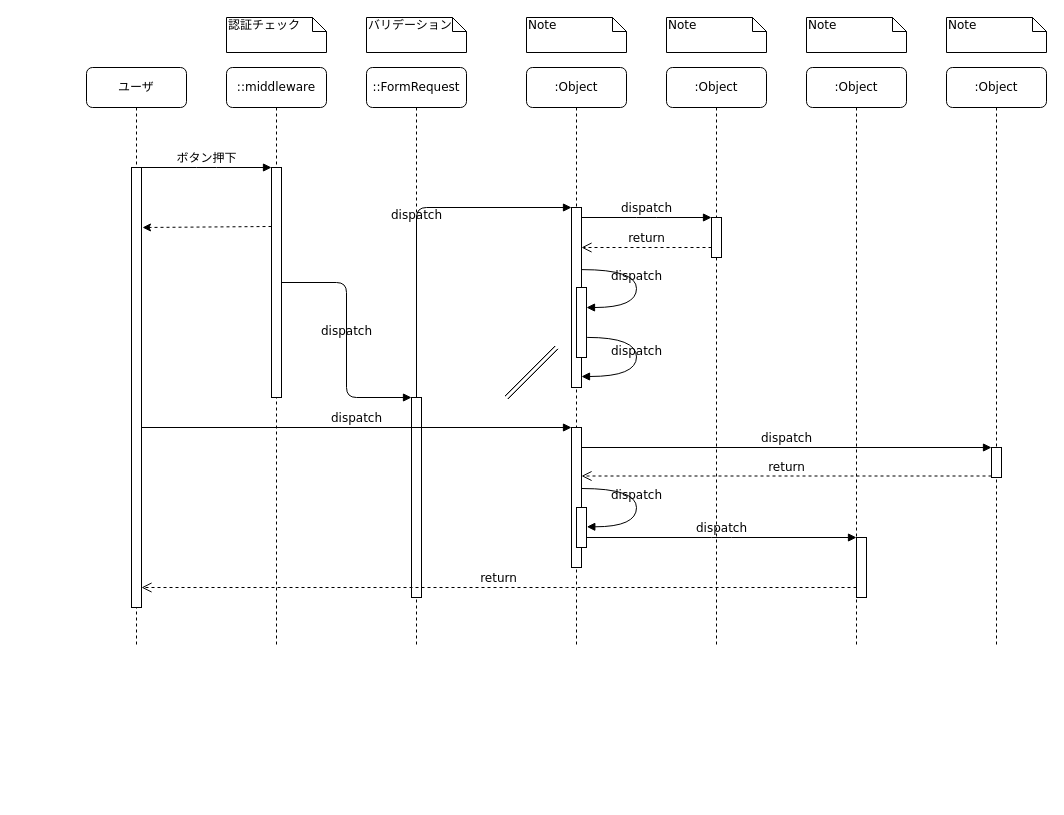
This is Untitled Diagram.drawio from ryota-kawachi/ryota-kawachi.github.io, a draw.io file, before an edit. Source tidied: cells renumbered, new cells numbered last; positions are measured from the earlier drawing's top-left corner, leaving out a move shared by most shapes. Both pictures are drawn from the tidied source at 100%, with x=0, y=0 at pixel (86, 17).
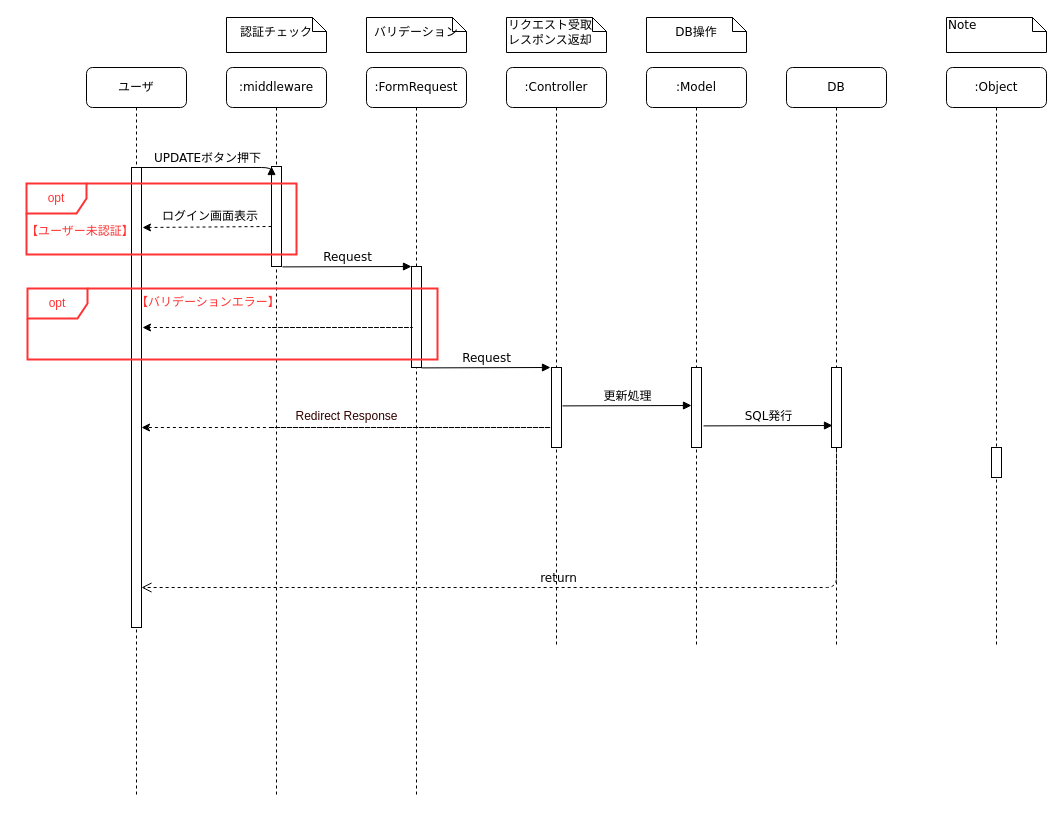
After the change.

Commit message (it also covers changes not shown here):
Untitled Diagram.drawio を更新します

The change refers to these unchanged cells:
```xml
<mxCell id="20" style="html=1;points=[];perimeter=orthogonalPerimeter;rounded=0;shadow=0;comic=0;labelBackgroundColor=none;strokeColor=#000000;strokeWidth=1;fillColor=#FFFFFF;fontFamily=Verdana;fontSize=12;fontColor=#000000;align=center;" parent="1" vertex="1">
  <mxGeometry x="905" y="430" width="10" height="30" as="geometry" />
</mxCell>
```

Diff of the diagram source:
```diff
@@
+    <mxCell id="10" value="ユーザ" style="shape=umlLifeline;perimeter=lifelinePerimeter;whiteSpace=wrap;html=1;rounded=1;shadow=0;comic=0;labelBackgroundColor=none;strokeWidth=1;fontFamily=Verdana;fontSize=12;align=center;" parent="1" vertex="1">
+      <mxGeometry y="50" width="100" height="730" as="geometry" />
+    </mxCell>
+    <mxCell id="12" style="endArrow=classic;html=1;rounded=0;dashed=1;exitX=0;exitY=0.252;exitDx=0;exitDy=0;exitPerimeter=0;" parent="10" edge="1">
+      <mxGeometry relative="1" as="geometry">
+        <mxPoint x="185" y="159" as="sourcePoint" />
+        <mxPoint x="56" y="160" as="targetPoint" />
+      </mxGeometry>
+    </mxCell>
+    <mxCell id="11" style="html=1;points=[];perimeter=orthogonalPerimeter;rounded=0;shadow=0;comic=0;labelBackgroundColor=none;strokeWidth=1;fontFamily=Verdana;fontSize=12;align=center;" parent="1" vertex="1">
+      <mxGeometry x="45" y="150" width="10" height="460" as="geometry" />
+    </mxCell>
-    <mxCell id="2" value="::middleware" style="shape=umlLifeline;perimeter=lifelinePerimeter;whiteSpace=wrap;html=1;rounded=1;shadow=0;comic=0;labelBackgroundColor=none;strokeWidth=1;fontFamily=Verdana;fontSize=12;align=center;" parent="1" vertex="1">
-      <mxGeometry x="140" y="50" width="100" height="580" as="geometry" />
+    <mxCell id="2" value=":middleware" style="shape=umlLifeline;perimeter=lifelinePerimeter;whiteSpace=wrap;html=1;rounded=1;shadow=0;comic=0;labelBackgroundColor=none;strokeWidth=1;fontFamily=Verdana;fontSize=12;align=center;" parent="1" vertex="1">
+      <mxGeometry x="140" y="50" width="100" height="730" as="geometry" />
     </mxCell>
     <mxCell id="3" style="html=1;points=[];perimeter=orthogonalPerimeter;rounded=0;shadow=0;comic=0;labelBackgroundColor=none;strokeWidth=1;fontFamily=Verdana;fontSize=12;align=center;" parent="2" vertex="1">
-      <mxGeometry x="45" y="100" width="10" height="230" as="geometry" />
+      <mxGeometry x="45" y="99" width="10" height="100" as="geometry" />
     </mxCell>
+    <mxCell id="41" style="group;" parent="2" vertex="1">
+      <mxGeometry x="-200" y="116" width="270" height="71" as="geometry" />
+    </mxCell>
+    <mxCell id="42" value="&lt;font color=&quot;#ff3333&quot;&gt;opt&lt;/font&gt;" style="shape=umlFrame;whiteSpace=wrap;html=1;strokeColor=#FF3333;strokeWidth=2;" parent="41" vertex="1">
+      <mxGeometry width="270" height="71" as="geometry" />
+    </mxCell>
+    <mxCell id="43" value="【ユーザー未認証】" style="text;html=1;strokeColor=none;fillColor=none;align=center;verticalAlign=middle;whiteSpace=wrap;rounded=0;fontColor=#FF3333;" parent="41" vertex="1">
+      <mxGeometry x="-5" y="33" width="118" height="30" as="geometry" />
+    </mxCell>
+    <mxCell id="44" style="endArrow=classic;html=1;rounded=0;dashed=1;fontColor=#FF3333;" parent="2" edge="1">
+      <mxGeometry relative="1" as="geometry">
+        <mxPoint x="44.6" y="360" as="sourcePoint" />
+        <mxPoint x="-85" y="360" as="targetPoint" />
+        <Array as="points">
+          <mxPoint x="330" y="360" />
+        </Array>
+      </mxGeometry>
+    </mxCell>
-    <mxCell id="4" value="::FormRequest" style="shape=umlLifeline;perimeter=lifelinePerimeter;whiteSpace=wrap;html=1;rounded=1;shadow=0;comic=0;labelBackgroundColor=none;strokeWidth=1;fontFamily=Verdana;fontSize=12;align=center;" parent="1" vertex="1">
-      <mxGeometry x="280" y="50" width="100" height="580" as="geometry" />
+    <mxCell id="4" value=":FormRequest" style="shape=umlLifeline;perimeter=lifelinePerimeter;whiteSpace=wrap;html=1;rounded=1;shadow=0;comic=0;labelBackgroundColor=none;strokeWidth=1;fontFamily=Verdana;fontSize=12;align=center;" parent="1" vertex="1">
+      <mxGeometry x="280" y="50" width="100" height="730" as="geometry" />
     </mxCell>
     <mxCell id="5" style="html=1;points=[];perimeter=orthogonalPerimeter;rounded=0;shadow=0;comic=0;labelBackgroundColor=none;strokeWidth=1;fontFamily=Verdana;fontSize=12;align=center;" parent="4" vertex="1">
-      <mxGeometry x="45" y="330" width="10" height="200" as="geometry" />
+      <mxGeometry x="45" y="199" width="10" height="101" as="geometry" />
     </mxCell>
+    <mxCell id="45" value="Request" style="html=1;verticalAlign=bottom;endArrow=block;labelBackgroundColor=none;fontFamily=Verdana;fontSize=12;edgeStyle=elbowEdgeStyle;elbow=vertical;" parent="4" edge="1">
+      <mxGeometry relative="1" as="geometry">
+        <mxPoint x="-84" y="199.4" as="sourcePoint" />
+        <mxPoint x="45" y="199" as="targetPoint" />
+      </mxGeometry>
+    </mxCell>
-    <mxCell id="6" value=":Object" style="shape=umlLifeline;perimeter=lifelinePerimeter;whiteSpace=wrap;html=1;rounded=1;shadow=0;comic=0;labelBackgroundColor=none;strokeWidth=1;fontFamily=Verdana;fontSize=12;align=center;" parent="1" vertex="1">
-      <mxGeometry x="440" y="50" width="100" height="580" as="geometry" />
+    <mxCell id="6" value=":Controller" style="shape=umlLifeline;perimeter=lifelinePerimeter;whiteSpace=wrap;html=1;rounded=1;shadow=0;comic=0;labelBackgroundColor=none;strokeWidth=1;fontFamily=Verdana;fontSize=12;align=center;" parent="1" vertex="1">
+      <mxGeometry x="420" y="50" width="100" height="580" as="geometry" />
     </mxCell>
+    <mxCell id="13" style="html=1;points=[];perimeter=orthogonalPerimeter;rounded=0;shadow=0;comic=0;labelBackgroundColor=none;strokeWidth=1;fontFamily=Verdana;fontSize=12;align=center;" parent="6" vertex="1">
+      <mxGeometry x="45" y="300" width="10" height="80" as="geometry" />
+    </mxCell>
+    <mxCell id="46" value="Request" style="html=1;verticalAlign=bottom;endArrow=block;labelBackgroundColor=none;fontFamily=Verdana;fontSize=12;edgeStyle=elbowEdgeStyle;elbow=vertical;" parent="6" edge="1">
+      <mxGeometry relative="1" as="geometry">
+        <mxPoint x="-85" y="300.4" as="sourcePoint" />
+        <mxPoint x="44" y="300" as="targetPoint" />
+      </mxGeometry>
+    </mxCell>
-    <mxCell id="7" value=":Object" style="shape=umlLifeline;perimeter=lifelinePerimeter;whiteSpace=wrap;html=1;rounded=1;shadow=0;comic=0;labelBackgroundColor=none;strokeWidth=1;fontFamily=Verdana;fontSize=12;align=center;" parent="1" vertex="1">
-      <mxGeometry x="580" y="50" width="100" height="580" as="geometry" />
+    <mxCell id="7" value=":Model" style="shape=umlLifeline;perimeter=lifelinePerimeter;whiteSpace=wrap;html=1;rounded=1;shadow=0;comic=0;labelBackgroundColor=none;strokeWidth=1;fontFamily=Verdana;fontSize=12;align=center;" parent="1" vertex="1">
+      <mxGeometry x="560" y="50" width="100" height="580" as="geometry" />
     </mxCell>
+    <mxCell id="15" style="html=1;points=[];perimeter=orthogonalPerimeter;rounded=0;shadow=0;comic=0;labelBackgroundColor=none;strokeWidth=1;fontFamily=Verdana;fontSize=12;align=center;" parent="7" vertex="1">
+      <mxGeometry x="45" y="300" width="10" height="80" as="geometry" />
+    </mxCell>
+    <mxCell id="47" value="更新処理" style="html=1;verticalAlign=bottom;endArrow=block;labelBackgroundColor=none;fontFamily=Verdana;fontSize=12;edgeStyle=elbowEdgeStyle;elbow=vertical;" parent="7" edge="1">
+      <mxGeometry relative="1" as="geometry">
+        <mxPoint x="-84" y="338.4" as="sourcePoint" />
+        <mxPoint x="45" y="338" as="targetPoint" />
+      </mxGeometry>
+    </mxCell>
-    <mxCell id="8" value=":Object" style="shape=umlLifeline;perimeter=lifelinePerimeter;whiteSpace=wrap;html=1;rounded=1;shadow=0;comic=0;labelBackgroundColor=none;strokeWidth=1;fontFamily=Verdana;fontSize=12;align=center;" parent="1" vertex="1">
-      <mxGeometry x="720" y="50" width="100" height="580" as="geometry" />
+    <mxCell id="8" value="DB" style="shape=umlLifeline;perimeter=lifelinePerimeter;whiteSpace=wrap;html=1;rounded=1;shadow=0;comic=0;labelBackgroundColor=none;strokeWidth=1;fontFamily=Verdana;fontSize=12;align=center;" parent="1" vertex="1">
+      <mxGeometry x="700" y="50" width="100" height="580" as="geometry" />
     </mxCell>
+    <mxCell id="23" style="html=1;points=[];perimeter=orthogonalPerimeter;rounded=0;shadow=0;comic=0;labelBackgroundColor=none;strokeWidth=1;fontFamily=Verdana;fontSize=12;align=center;" parent="8" vertex="1">
+      <mxGeometry x="45" y="300" width="10" height="80" as="geometry" />
+    </mxCell>
@@
-    <mxCell id="10" value="ユーザ" style="shape=umlLifeline;perimeter=lifelinePerimeter;whiteSpace=wrap;html=1;rounded=1;shadow=0;comic=0;labelBackgroundColor=none;strokeWidth=1;fontFamily=Verdana;fontSize=12;align=center;" parent="1" vertex="1">
-      <mxGeometry y="50" width="100" height="580" as="geometry" />
-    </mxCell>
-    <mxCell id="11" style="html=1;points=[];perimeter=orthogonalPerimeter;rounded=0;shadow=0;comic=0;labelBackgroundColor=none;strokeWidth=1;fontFamily=Verdana;fontSize=12;align=center;" parent="10" vertex="1">
-      <mxGeometry x="45" y="100" width="10" height="440" as="geometry" />
-    </mxCell>
-    <mxCell id="12" style="endArrow=classic;html=1;rounded=0;dashed=1;exitX=0;exitY=0.252;exitDx=0;exitDy=0;exitPerimeter=0;" parent="10" edge="1">
-      <mxGeometry relative="1" as="geometry">
-        <mxPoint x="185" y="159" as="sourcePoint" />
-        <mxPoint x="56" y="160" as="targetPoint" />
-      </mxGeometry>
-    </mxCell>
-    <mxCell id="13" style="html=1;points=[];perimeter=orthogonalPerimeter;rounded=0;shadow=0;comic=0;labelBackgroundColor=none;strokeWidth=1;fontFamily=Verdana;fontSize=12;align=center;" parent="1" vertex="1">
-      <mxGeometry x="485" y="190" width="10" height="180" as="geometry" />
-    </mxCell>
-    <mxCell id="14" value="dispatch" style="html=1;verticalAlign=bottom;endArrow=block;labelBackgroundColor=none;fontFamily=Verdana;fontSize=12;edgeStyle=elbowEdgeStyle;elbow=vertical;" parent="1" edge="1" source="5" target="13">
-      <mxGeometry relative="1" as="geometry">
-        <Array as="points">
-          <mxPoint x="360" y="190" />
-        </Array>
-      </mxGeometry>
-    </mxCell>
-    <mxCell id="15" style="html=1;points=[];perimeter=orthogonalPerimeter;rounded=0;shadow=0;comic=0;labelBackgroundColor=none;strokeWidth=1;fontFamily=Verdana;fontSize=12;align=center;" parent="1" vertex="1">
-      <mxGeometry x="625" y="200" width="10" height="40" as="geometry" />
-    </mxCell>
-    <mxCell id="16" value="dispatch" style="html=1;verticalAlign=bottom;endArrow=block;entryX=0;entryY=0;labelBackgroundColor=none;fontFamily=Verdana;fontSize=12;edgeStyle=elbowEdgeStyle;elbow=vertical;" parent="1" edge="1" source="13" target="15">
-      <mxGeometry relative="1" as="geometry" />
-    </mxCell>
-    <mxCell id="17" value="return" style="html=1;verticalAlign=bottom;endArrow=open;dashed=1;endSize=8;labelBackgroundColor=none;fontFamily=Verdana;fontSize=12;edgeStyle=elbowEdgeStyle;elbow=vertical;" parent="1" edge="1" source="15" target="13">
-      <mxGeometry relative="1" as="geometry">
-        <Array as="points">
-          <mxPoint x="570" y="230" />
-          <mxPoint x="600" y="230" />
-        </Array>
-      </mxGeometry>
-    </mxCell>
-    <mxCell id="18" style="html=1;points=[];perimeter=orthogonalPerimeter;rounded=0;shadow=0;comic=0;labelBackgroundColor=none;strokeWidth=1;fontFamily=Verdana;fontSize=12;align=center;" parent="1" vertex="1">
-      <mxGeometry x="485" y="410" width="10" height="140" as="geometry" />
-    </mxCell>
-    <mxCell id="19" value="dispatch" style="html=1;verticalAlign=bottom;endArrow=block;entryX=0;entryY=0;labelBackgroundColor=none;fontFamily=Verdana;fontSize=12;" parent="1" edge="1" source="11" target="18">
-      <mxGeometry relative="1" as="geometry" />
-    </mxCell>
@@
-    <mxCell id="21" value="dispatch" style="html=1;verticalAlign=bottom;endArrow=block;entryX=0;entryY=0;labelBackgroundColor=none;fontFamily=Verdana;fontSize=12;" parent="1" edge="1" source="18" target="20">
-      <mxGeometry relative="1" as="geometry" />
-    </mxCell>
-    <mxCell id="22" value="return" style="html=1;verticalAlign=bottom;endArrow=open;dashed=1;endSize=8;exitX=0;exitY=0.95;labelBackgroundColor=none;fontFamily=Verdana;fontSize=12;" parent="1" edge="1" source="20" target="18">
-      <mxGeometry relative="1" as="geometry" />
-    </mxCell>
-    <mxCell id="23" style="html=1;points=[];perimeter=orthogonalPerimeter;rounded=0;shadow=0;comic=0;labelBackgroundColor=none;strokeWidth=1;fontFamily=Verdana;fontSize=12;align=center;" parent="1" vertex="1">
-      <mxGeometry x="770" y="520" width="10" height="60" as="geometry" />
-    </mxCell>
-    <mxCell id="24" value="dispatch" style="html=1;verticalAlign=bottom;endArrow=block;entryX=0;entryY=0;labelBackgroundColor=none;fontFamily=Verdana;fontSize=12;edgeStyle=elbowEdgeStyle;elbow=vertical;" parent="1" edge="1" source="31" target="23">
-      <mxGeometry relative="1" as="geometry" />
-    </mxCell>
@@
-    <mxCell id="26" value="ボタン押下" style="html=1;verticalAlign=bottom;endArrow=block;entryX=0;entryY=0;labelBackgroundColor=none;fontFamily=Verdana;fontSize=12;edgeStyle=elbowEdgeStyle;elbow=vertical;" parent="1" edge="1" source="11" target="3">
+    <mxCell id="26" value="UPDATEボタン押下" style="html=1;verticalAlign=bottom;endArrow=block;entryX=0;entryY=0;labelBackgroundColor=none;fontFamily=Verdana;fontSize=12;edgeStyle=elbowEdgeStyle;elbow=vertical;" parent="1" edge="1" source="11" target="3">
       <mxGeometry relative="1" as="geometry" />
     </mxCell>
-    <mxCell id="27" value="dispatch" style="html=1;verticalAlign=bottom;endArrow=block;entryX=0;entryY=0;labelBackgroundColor=none;fontFamily=Verdana;fontSize=12;edgeStyle=elbowEdgeStyle;elbow=vertical;" parent="1" edge="1" source="3" target="5">
-      <mxGeometry relative="1" as="geometry" />
-    </mxCell>
-    <mxCell id="28" style="html=1;points=[];perimeter=orthogonalPerimeter;rounded=0;shadow=0;comic=0;labelBackgroundColor=none;strokeWidth=1;fontFamily=Verdana;fontSize=12;align=center;" parent="1" vertex="1">
-      <mxGeometry x="490" y="270" width="10" height="70" as="geometry" />
-    </mxCell>
-    <mxCell id="29" value="dispatch" style="html=1;verticalAlign=bottom;endArrow=block;labelBackgroundColor=none;fontFamily=Verdana;fontSize=12;elbow=vertical;edgeStyle=orthogonalEdgeStyle;curved=1;entryX=1;entryY=0.286;entryPerimeter=0;exitX=1.038;exitY=0.345;exitPerimeter=0;" parent="1" edge="1" source="13" target="28">
-      <mxGeometry relative="1" as="geometry">
-        <Array as="points">
-          <mxPoint x="550" y="252" />
-          <mxPoint x="550" y="290" />
-        </Array>
-      </mxGeometry>
-    </mxCell>
-    <mxCell id="30" value="dispatch" style="html=1;verticalAlign=bottom;endArrow=block;labelBackgroundColor=none;fontFamily=Verdana;fontSize=12;elbow=vertical;edgeStyle=orthogonalEdgeStyle;curved=1;exitX=1.066;exitY=0.713;exitPerimeter=0;" parent="1" edge="1" source="28">
-      <mxGeometry relative="1" as="geometry">
-        <mxPoint x="495" y="359" as="targetPoint" />
-        <Array as="points">
-          <mxPoint x="550" y="320" />
-          <mxPoint x="550" y="359" />
-        </Array>
-      </mxGeometry>
-    </mxCell>
-    <mxCell id="31" style="html=1;points=[];perimeter=orthogonalPerimeter;rounded=0;shadow=0;comic=0;labelBackgroundColor=none;strokeWidth=1;fontFamily=Verdana;fontSize=12;align=center;" parent="1" vertex="1">
-      <mxGeometry x="490" y="490" width="10" height="40" as="geometry" />
-    </mxCell>
-    <mxCell id="32" value="dispatch" style="html=1;verticalAlign=bottom;endArrow=block;labelBackgroundColor=none;fontFamily=Verdana;fontSize=12;elbow=vertical;edgeStyle=orthogonalEdgeStyle;curved=1;entryX=1;entryY=0.286;entryPerimeter=0;exitX=1.038;exitY=0.345;exitPerimeter=0;" parent="1" edge="1">
-      <mxGeometry relative="1" as="geometry">
-        <mxPoint x="495.3" y="471" as="sourcePoint" />
-        <mxPoint x="500.3" y="509.3" as="targetPoint" />
-        <Array as="points">
-          <mxPoint x="550" y="471" />
-          <mxPoint x="550" y="509" />
-        </Array>
-      </mxGeometry>
-    </mxCell>
-    <mxCell id="33" value="認証チェック" style="shape=note;whiteSpace=wrap;html=1;size=14;verticalAlign=top;align=left;spacingTop=-6;rounded=0;shadow=0;comic=0;labelBackgroundColor=none;strokeWidth=1;fontFamily=Verdana;fontSize=12;" parent="1" vertex="1">
+    <mxCell id="33" value="認証チェック" style="shape=note;whiteSpace=wrap;html=1;size=14;verticalAlign=middle;align=center;spacingTop=-6;rounded=0;shadow=0;comic=0;labelBackgroundColor=none;strokeWidth=1;fontFamily=Verdana;fontSize=12;" parent="1" vertex="1">
       <mxGeometry x="140" width="100" height="35" as="geometry" />
     </mxCell>
-    <mxCell id="34" value="バリデーション" style="shape=note;whiteSpace=wrap;html=1;size=14;verticalAlign=top;align=left;spacingTop=-6;rounded=0;shadow=0;comic=0;labelBackgroundColor=none;strokeWidth=1;fontFamily=Verdana;fontSize=12;" parent="1" vertex="1">
+    <mxCell id="34" value="バリデーション" style="shape=note;whiteSpace=wrap;html=1;size=14;verticalAlign=middle;align=center;spacingTop=-6;rounded=0;shadow=0;comic=0;labelBackgroundColor=none;strokeWidth=1;fontFamily=Verdana;fontSize=12;" parent="1" vertex="1">
       <mxGeometry x="280" width="100" height="35" as="geometry" />
     </mxCell>
-    <mxCell id="35" value="Note" style="shape=note;whiteSpace=wrap;html=1;size=14;verticalAlign=top;align=left;spacingTop=-6;rounded=0;shadow=0;comic=0;labelBackgroundColor=none;strokeWidth=1;fontFamily=Verdana;fontSize=12;" parent="1" vertex="1">
-      <mxGeometry x="440" width="100" height="35" as="geometry" />
+    <mxCell id="35" value="リクエスト受取&lt;br&gt;レスポンス返却" style="shape=note;whiteSpace=wrap;html=1;size=14;verticalAlign=middle;align=left;spacingTop=-6;rounded=0;shadow=0;comic=0;labelBackgroundColor=none;strokeWidth=1;fontFamily=Verdana;fontSize=12;" parent="1" vertex="1">
+      <mxGeometry x="420" width="100" height="35" as="geometry" />
     </mxCell>
-    <mxCell id="36" value="Note" style="shape=note;whiteSpace=wrap;html=1;size=14;verticalAlign=top;align=left;spacingTop=-6;rounded=0;shadow=0;comic=0;labelBackgroundColor=none;strokeWidth=1;fontFamily=Verdana;fontSize=12;" parent="1" vertex="1">
-      <mxGeometry x="580" width="100" height="35" as="geometry" />
+    <mxCell id="36" value="DB操作" style="shape=note;whiteSpace=wrap;html=1;size=14;verticalAlign=middle;align=center;spacingTop=-6;rounded=0;shadow=0;comic=0;labelBackgroundColor=none;strokeWidth=1;fontFamily=Verdana;fontSize=12;" parent="1" vertex="1">
+      <mxGeometry x="560" width="100" height="35" as="geometry" />
     </mxCell>
-    <mxCell id="37" value="Note" style="shape=note;whiteSpace=wrap;html=1;size=14;verticalAlign=top;align=left;spacingTop=-6;rounded=0;shadow=0;comic=0;labelBackgroundColor=none;strokeWidth=1;fontFamily=Verdana;fontSize=12;" parent="1" vertex="1">
-      <mxGeometry x="720" width="100" height="35" as="geometry" />
-    </mxCell>
@@
-    <mxCell id="39" style="endArrow=classic;html=1;rounded=0;shape=link;" parent="1" edge="1">
-      <mxGeometry relative="1" as="geometry">
-        <mxPoint x="420" y="380" as="sourcePoint" />
-        <mxPoint x="470" y="330" as="targetPoint" />
-        <Array as="points">
-          <mxPoint x="450" y="350" />
-        </Array>
-      </mxGeometry>
-    </mxCell>
-    <mxCell id="40" style="endArrow=classic;html=1;rounded=0;shape=link;" parent="1" edge="1">
-      <mxGeometry relative="1" as="geometry">
-        <mxPoint x="420" y="380" as="sourcePoint" />
-        <mxPoint x="470" y="330" as="targetPoint" />
-      </mxGeometry>
-    </mxCell>
+    <mxCell id="48" value="ログイン画面表示" style="text;html=1;strokeColor=none;fillColor=none;align=center;verticalAlign=middle;whiteSpace=wrap;rounded=0;" parent="1" vertex="1">
+      <mxGeometry x="74" y="190" width="100" height="17" as="geometry" />
+    </mxCell>
+    <mxCell id="49" value="SQL発行" style="html=1;verticalAlign=bottom;endArrow=block;labelBackgroundColor=none;fontFamily=Verdana;fontSize=12;edgeStyle=elbowEdgeStyle;elbow=vertical;" parent="1" edge="1">
+      <mxGeometry relative="1" as="geometry">
+        <mxPoint x="617" y="408.4" as="sourcePoint" />
+        <mxPoint x="746" y="408" as="targetPoint" />
+      </mxGeometry>
+    </mxCell>
+    <mxCell id="50" style="group;" parent="1" vertex="1">
+      <mxGeometry x="-69" y="271" width="410" height="71" as="geometry" />
+    </mxCell>
+    <mxCell id="51" value="&lt;font color=&quot;#ff3333&quot;&gt;opt&lt;/font&gt;" style="shape=umlFrame;whiteSpace=wrap;html=1;strokeColor=#FF3333;strokeWidth=2;" parent="50" vertex="1">
+      <mxGeometry x="10" width="410" height="71" as="geometry" />
+    </mxCell>
+    <mxCell id="52" value="【バリデーションエラー】" style="text;html=1;strokeColor=none;fillColor=none;align=center;verticalAlign=middle;whiteSpace=wrap;rounded=0;fontColor=#FF3333;" parent="50" vertex="1">
+      <mxGeometry x="115" y="-1" width="151.9" height="30" as="geometry" />
+    </mxCell>
+    <mxCell id="53" style="endArrow=classic;html=1;rounded=0;dashed=1;fontColor=#FF3333;" parent="1" edge="1">
+      <mxGeometry relative="1" as="geometry">
+        <mxPoint x="185.6" y="310" as="sourcePoint" />
+        <mxPoint x="56" y="310" as="targetPoint" />
+        <Array as="points">
+          <mxPoint x="326" y="310" />
+        </Array>
+      </mxGeometry>
+    </mxCell>
+    <mxCell id="54" value="&lt;font color=&quot;#330000&quot;&gt;Redirect Response&lt;/font&gt;" style="text;html=1;strokeColor=none;fillColor=none;align=center;verticalAlign=middle;whiteSpace=wrap;rounded=0;fontColor=#FF3333;" parent="1" vertex="1">
+      <mxGeometry x="206" y="392" width="109" height="14" as="geometry" />
+    </mxCell>
```
